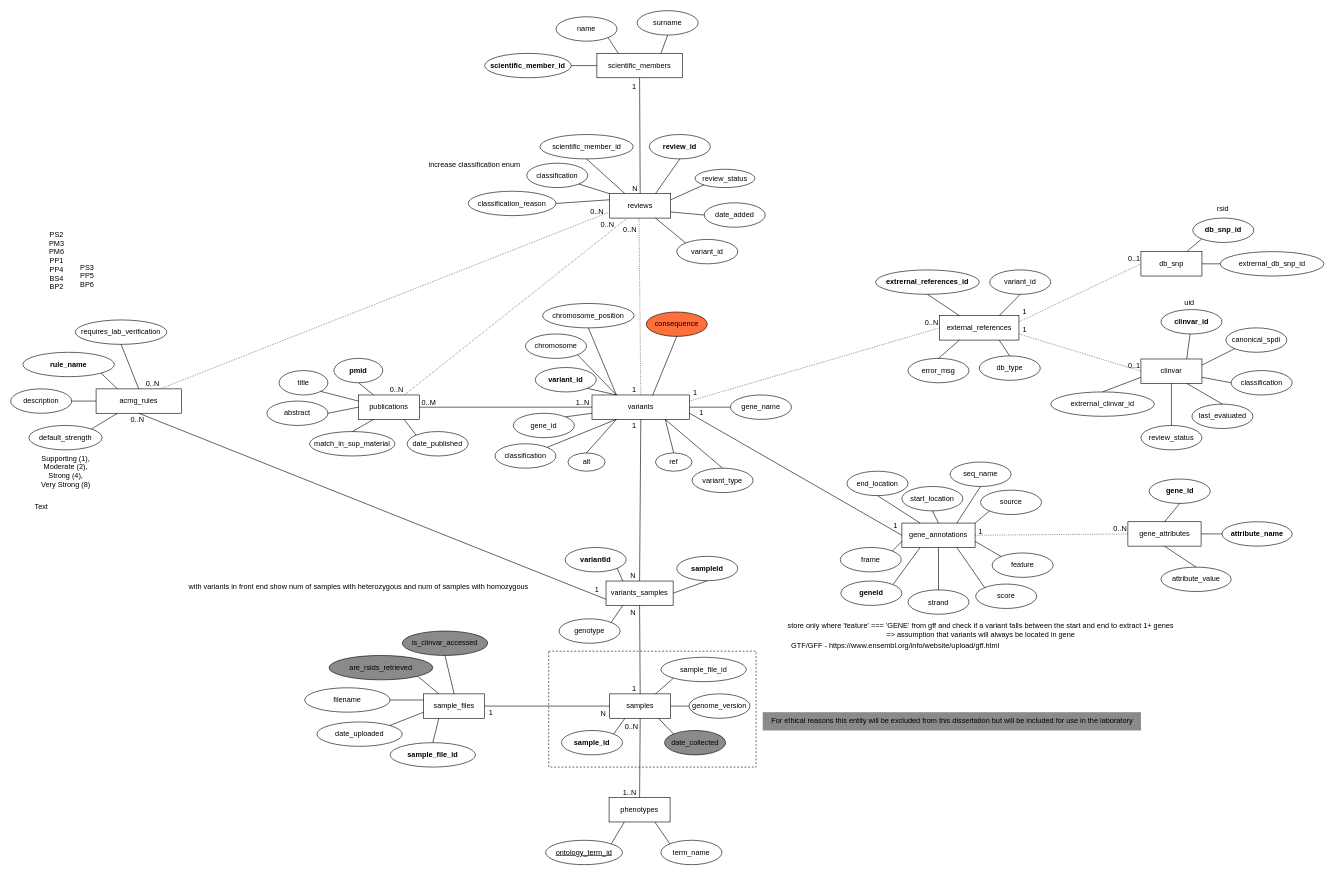
estherspiteri/VUSVista keeps this draw.io diagram as page "Page-2" (2 of 2) of Flowcharts/ERD.drawio. Above is the earlier version. Source tidied: cells renumbered, new cells numbered last; positions are measured from the earlier drawing's top-left corner, leaving out a move shared by most shapes. Both pictures are drawn from the tidied source at 61%, with x=0, y=0 at pixel (10, 10).
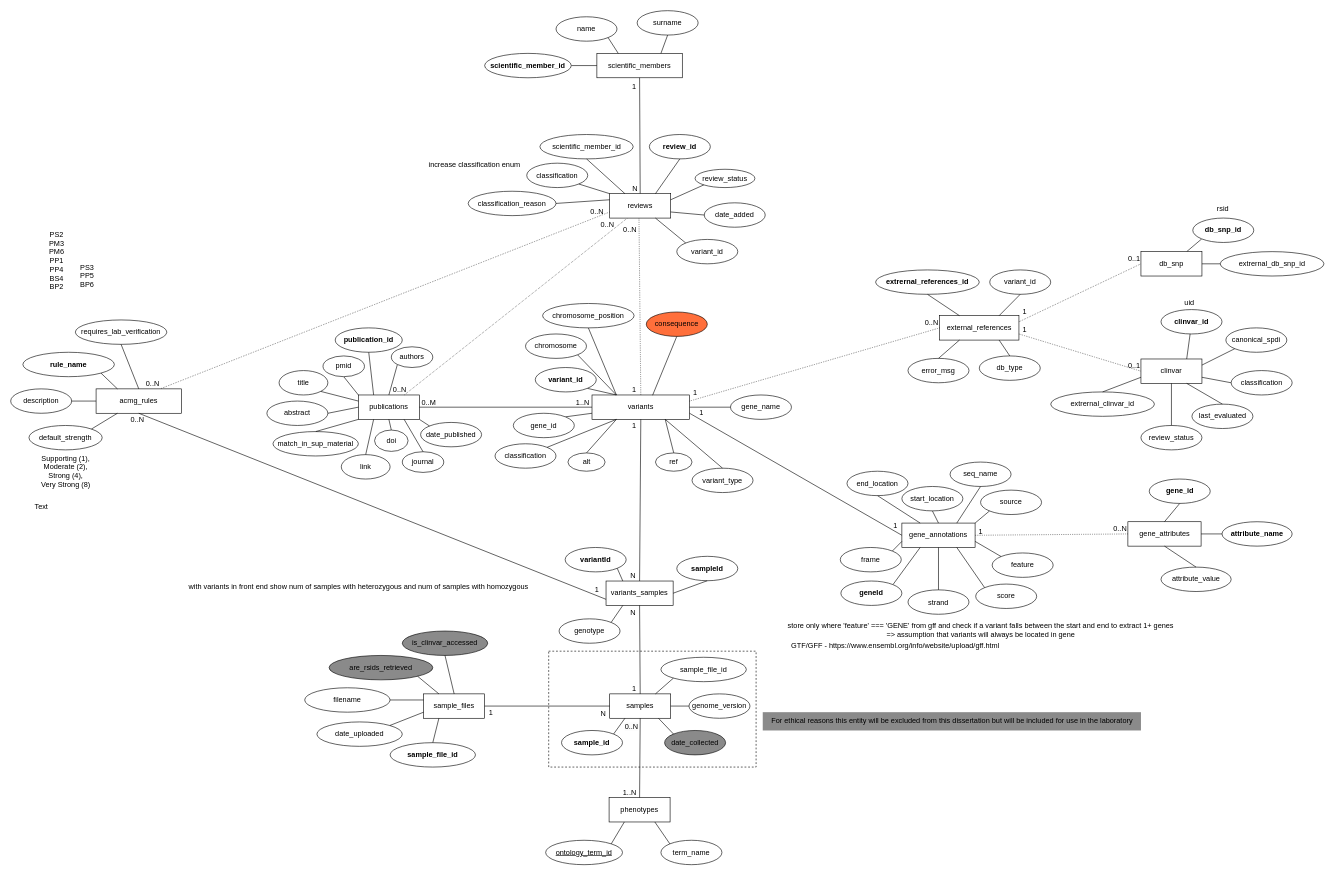
The same diagram, later.

The change refers to these unchanged cells:
```xml
<mxCell id="17" value="publications" style="whiteSpace=wrap;html=1;align=center;" parent="1" vertex="1">
  <mxGeometry x="570" y="630" width="100" height="40" as="geometry" />
</mxCell>
<mxCell id="99" style="endArrow=none;html=1;rounded=0;dashed=1;dashPattern=1 2;exitX=0.35;exitY=1;exitDx=0;exitDy=0;exitPerimeter=0;" parent="1" edge="1" target="17">
  <mxGeometry relative="1" as="geometry">
    <mxPoint x="1011" y="340" as="sourcePoint" />
  </mxGeometry>
</mxCell>
```

Diff of the diagram source:
```diff
@@
     <mxCell id="20" value="date_published" style="ellipse;whiteSpace=wrap;html=1;align=center;" parent="1" vertex="1">
-      <mxGeometry x="650" y="690" width="100" height="40" as="geometry" />
+      <mxGeometry x="672" y="675" width="100" height="40" as="geometry" />
     </mxCell>
     <mxCell id="21" value="match_in_sup_material" style="ellipse;whiteSpace=wrap;html=1;align=center;" parent="1" vertex="1">
-      <mxGeometry x="490" y="690" width="140" height="40" as="geometry" />
+      <mxGeometry x="430" y="690" width="140" height="40" as="geometry" />
     </mxCell>
-    <mxCell id="22" style="endArrow=none;html=1;rounded=0;exitX=0.25;exitY=1;exitDx=0;exitDy=0;entryX=0.5;entryY=0;entryDx=0;entryDy=0;" parent="1" edge="1" source="17" target="21">
+    <mxCell id="22" style="endArrow=none;html=1;rounded=0;exitX=0;exitY=1;exitDx=0;exitDy=0;entryX=0.5;entryY=0;entryDx=0;entryDy=0;" parent="1" edge="1" source="17" target="21">
       <mxGeometry relative="1" as="geometry" />
     </mxCell>
-    <mxCell id="23" style="endArrow=none;html=1;rounded=0;exitX=0.75;exitY=1;exitDx=0;exitDy=0;entryX=0;entryY=0;entryDx=0;entryDy=0;" parent="1" edge="1" source="17" target="20">
+    <mxCell id="23" style="endArrow=none;html=1;rounded=0;exitX=1;exitY=1;exitDx=0;exitDy=0;entryX=0;entryY=0;entryDx=0;entryDy=0;" parent="1" edge="1" source="17" target="20">
       <mxGeometry relative="1" as="geometry" />
     </mxCell>
@@
-    <mxCell id="26" style="endArrow=none;html=1;rounded=0;exitX=0.25;exitY=0;exitDx=0;exitDy=0;entryX=0.5;entryY=1;entryDx=0;entryDy=0;" parent="1" edge="1" source="17" target="157">
+    <mxCell id="26" style="endArrow=none;html=1;rounded=0;exitX=0;exitY=0;exitDx=0;exitDy=0;entryX=0.5;entryY=1;entryDx=0;entryDy=0;" parent="1" edge="1" source="17" target="157">
       <mxGeometry relative="1" as="geometry" />
     </mxCell>
@@
     <mxCell id="100" value="0..N" style="html=1;whiteSpace=wrap;align=right;verticalAlign=bottom;" parent="99" vertex="1">
-      <mxGeometry x="1" relative="1" as="geometry" />
+      <mxGeometry x="1" relative="1" as="geometry">
+        <mxPoint x="5" as="offset" />
+      </mxGeometry>
     </mxCell>
@@
-    <mxCell id="157" value="&lt;b&gt;pmid&lt;/b&gt;" style="ellipse;whiteSpace=wrap;html=1;align=center;" parent="1" vertex="1">
-      <mxGeometry x="530" y="570" width="80" height="40" as="geometry" />
+    <mxCell id="157" value="pmid" style="ellipse;whiteSpace=wrap;html=1;align=center;" parent="1" vertex="1">
+      <mxGeometry x="512" y="566" width="68" height="34" as="geometry" />
     </mxCell>
@@
+    <mxCell id="207" value="link" style="ellipse;whiteSpace=wrap;html=1;align=center;" parent="1" vertex="1">
+      <mxGeometry x="542" y="727.8" width="80" height="40" as="geometry" />
+    </mxCell>
+    <mxCell id="208" value="&lt;b&gt;publication_id&lt;/b&gt;" style="ellipse;whiteSpace=wrap;html=1;align=center;" parent="1" vertex="1">
+      <mxGeometry x="532" y="520" width="110" height="40" as="geometry" />
+    </mxCell>
+    <mxCell id="209" style="endArrow=none;html=1;rounded=0;exitX=0.25;exitY=0;exitDx=0;exitDy=0;entryX=0.5;entryY=1;entryDx=0;entryDy=0;" parent="1" edge="1" source="17" target="208">
+      <mxGeometry relative="1" as="geometry" />
+    </mxCell>
+    <mxCell id="210" style="endArrow=none;html=1;rounded=0;exitX=0.25;exitY=1;exitDx=0;exitDy=0;entryX=0.5;entryY=0;entryDx=0;entryDy=0;" parent="1" edge="1" source="17" target="207">
+      <mxGeometry relative="1" as="geometry" />
+    </mxCell>
+    <mxCell id="211" value="doi" style="ellipse;whiteSpace=wrap;html=1;align=center;" parent="1" vertex="1">
+      <mxGeometry x="596.5" y="687.5" width="55" height="35" as="geometry" />
+    </mxCell>
+    <mxCell id="212" style="endArrow=none;html=1;rounded=0;exitX=0.5;exitY=1;exitDx=0;exitDy=0;entryX=0.5;entryY=0;entryDx=0;entryDy=0;" parent="1" edge="1" source="17" target="211">
+      <mxGeometry relative="1" as="geometry" />
+    </mxCell>
+    <mxCell id="213" style="endArrow=none;html=1;rounded=0;exitX=0.5;exitY=0;exitDx=0;exitDy=0;entryX=0;entryY=1;entryDx=0;entryDy=0;" parent="1" edge="1" source="17" target="214">
+      <mxGeometry relative="1" as="geometry" />
+    </mxCell>
+    <mxCell id="214" value="authors" style="ellipse;whiteSpace=wrap;html=1;align=center;" parent="1" vertex="1">
+      <mxGeometry x="624" y="551" width="68" height="34" as="geometry" />
+    </mxCell>
+    <mxCell id="215" value="journal" style="ellipse;whiteSpace=wrap;html=1;align=center;" parent="1" vertex="1">
+      <mxGeometry x="642" y="723" width="68" height="34" as="geometry" />
+    </mxCell>
+    <mxCell id="216" style="endArrow=none;html=1;rounded=0;exitX=0.75;exitY=1;exitDx=0;exitDy=0;entryX=0.5;entryY=0;entryDx=0;entryDy=0;" parent="1" edge="1" source="17" target="215">
+      <mxGeometry relative="1" as="geometry" />
+    </mxCell>
```
